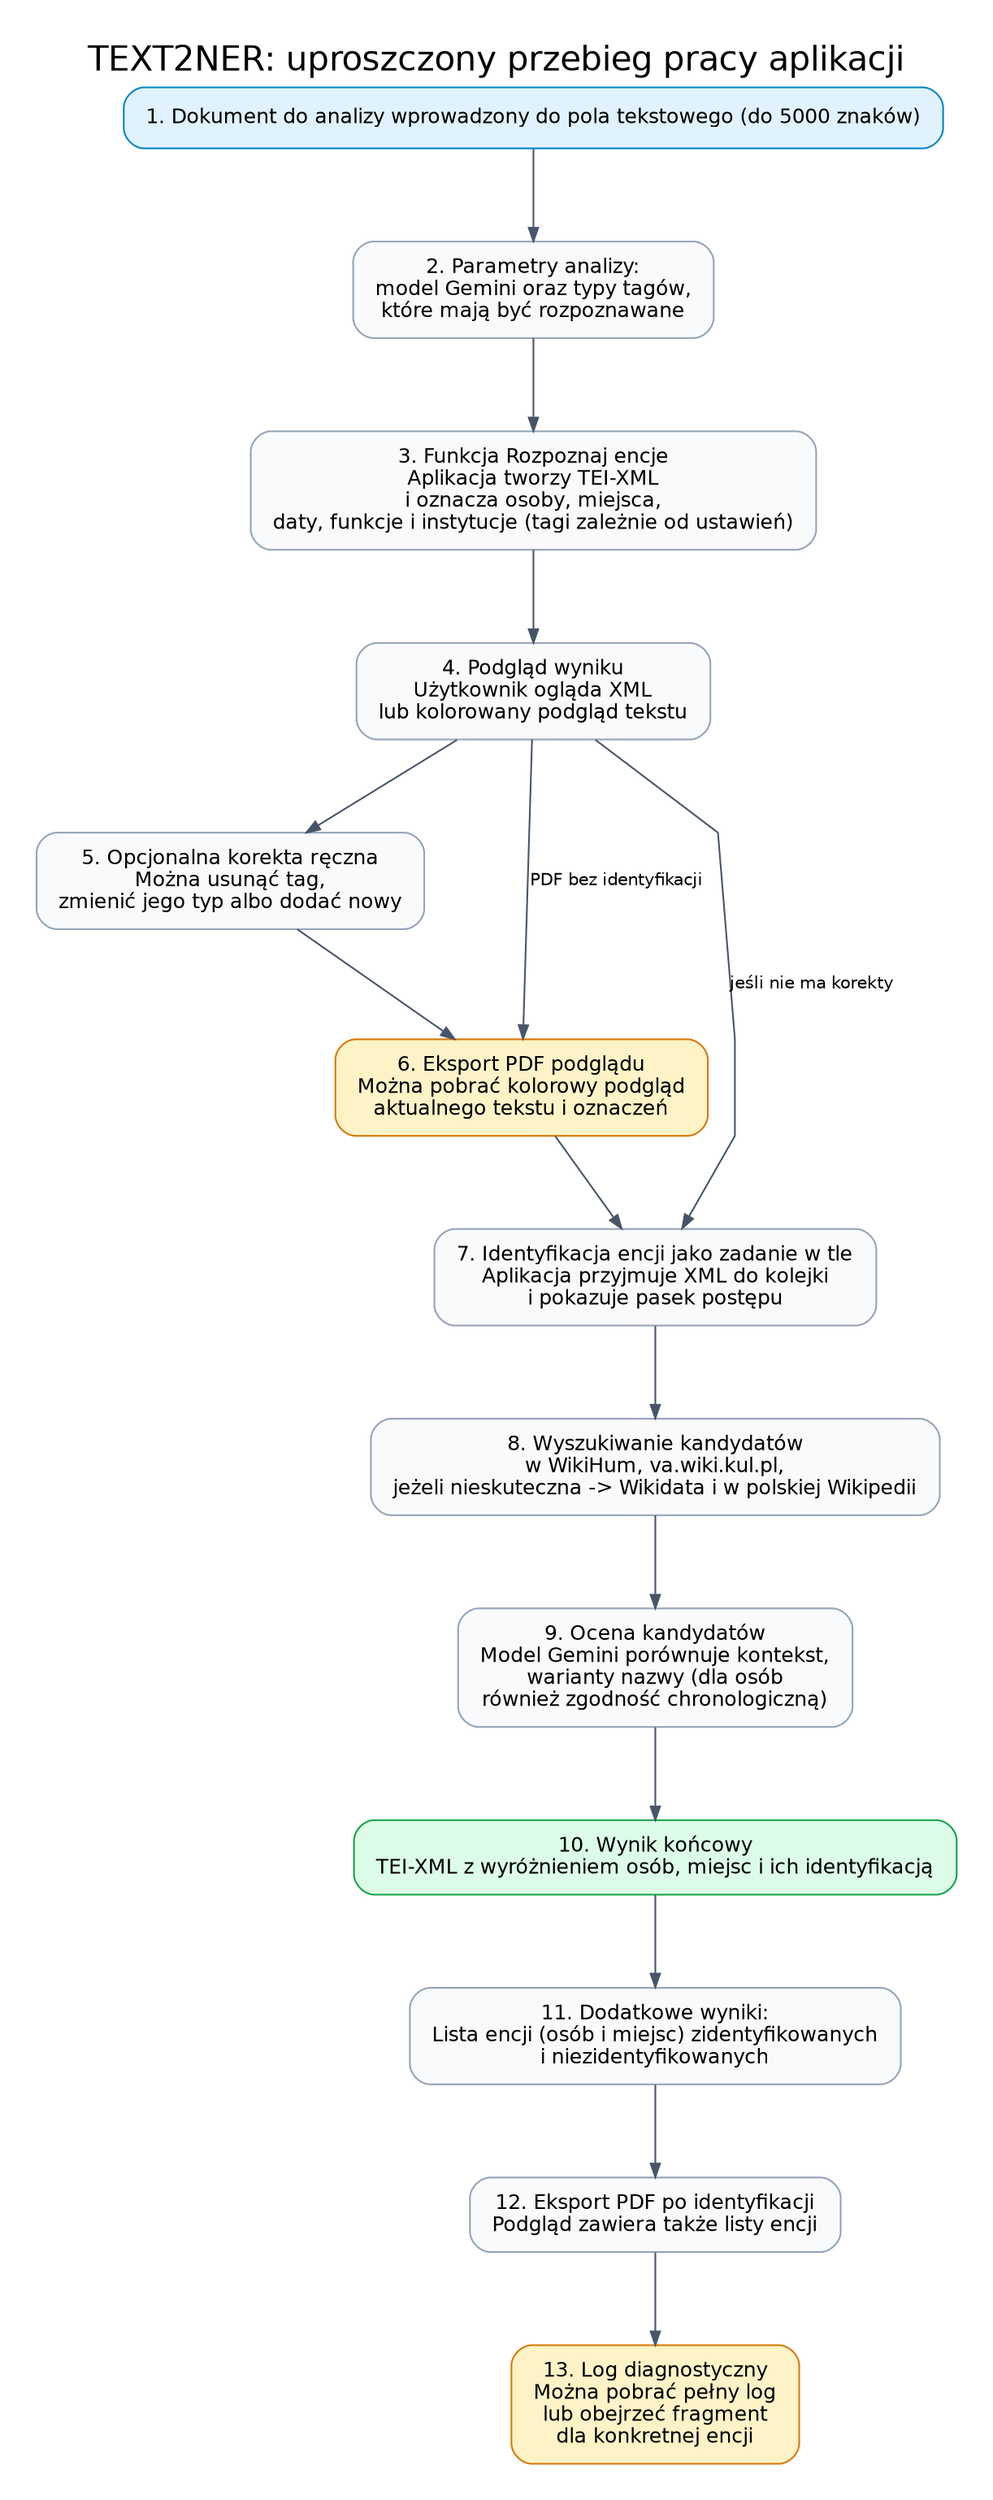
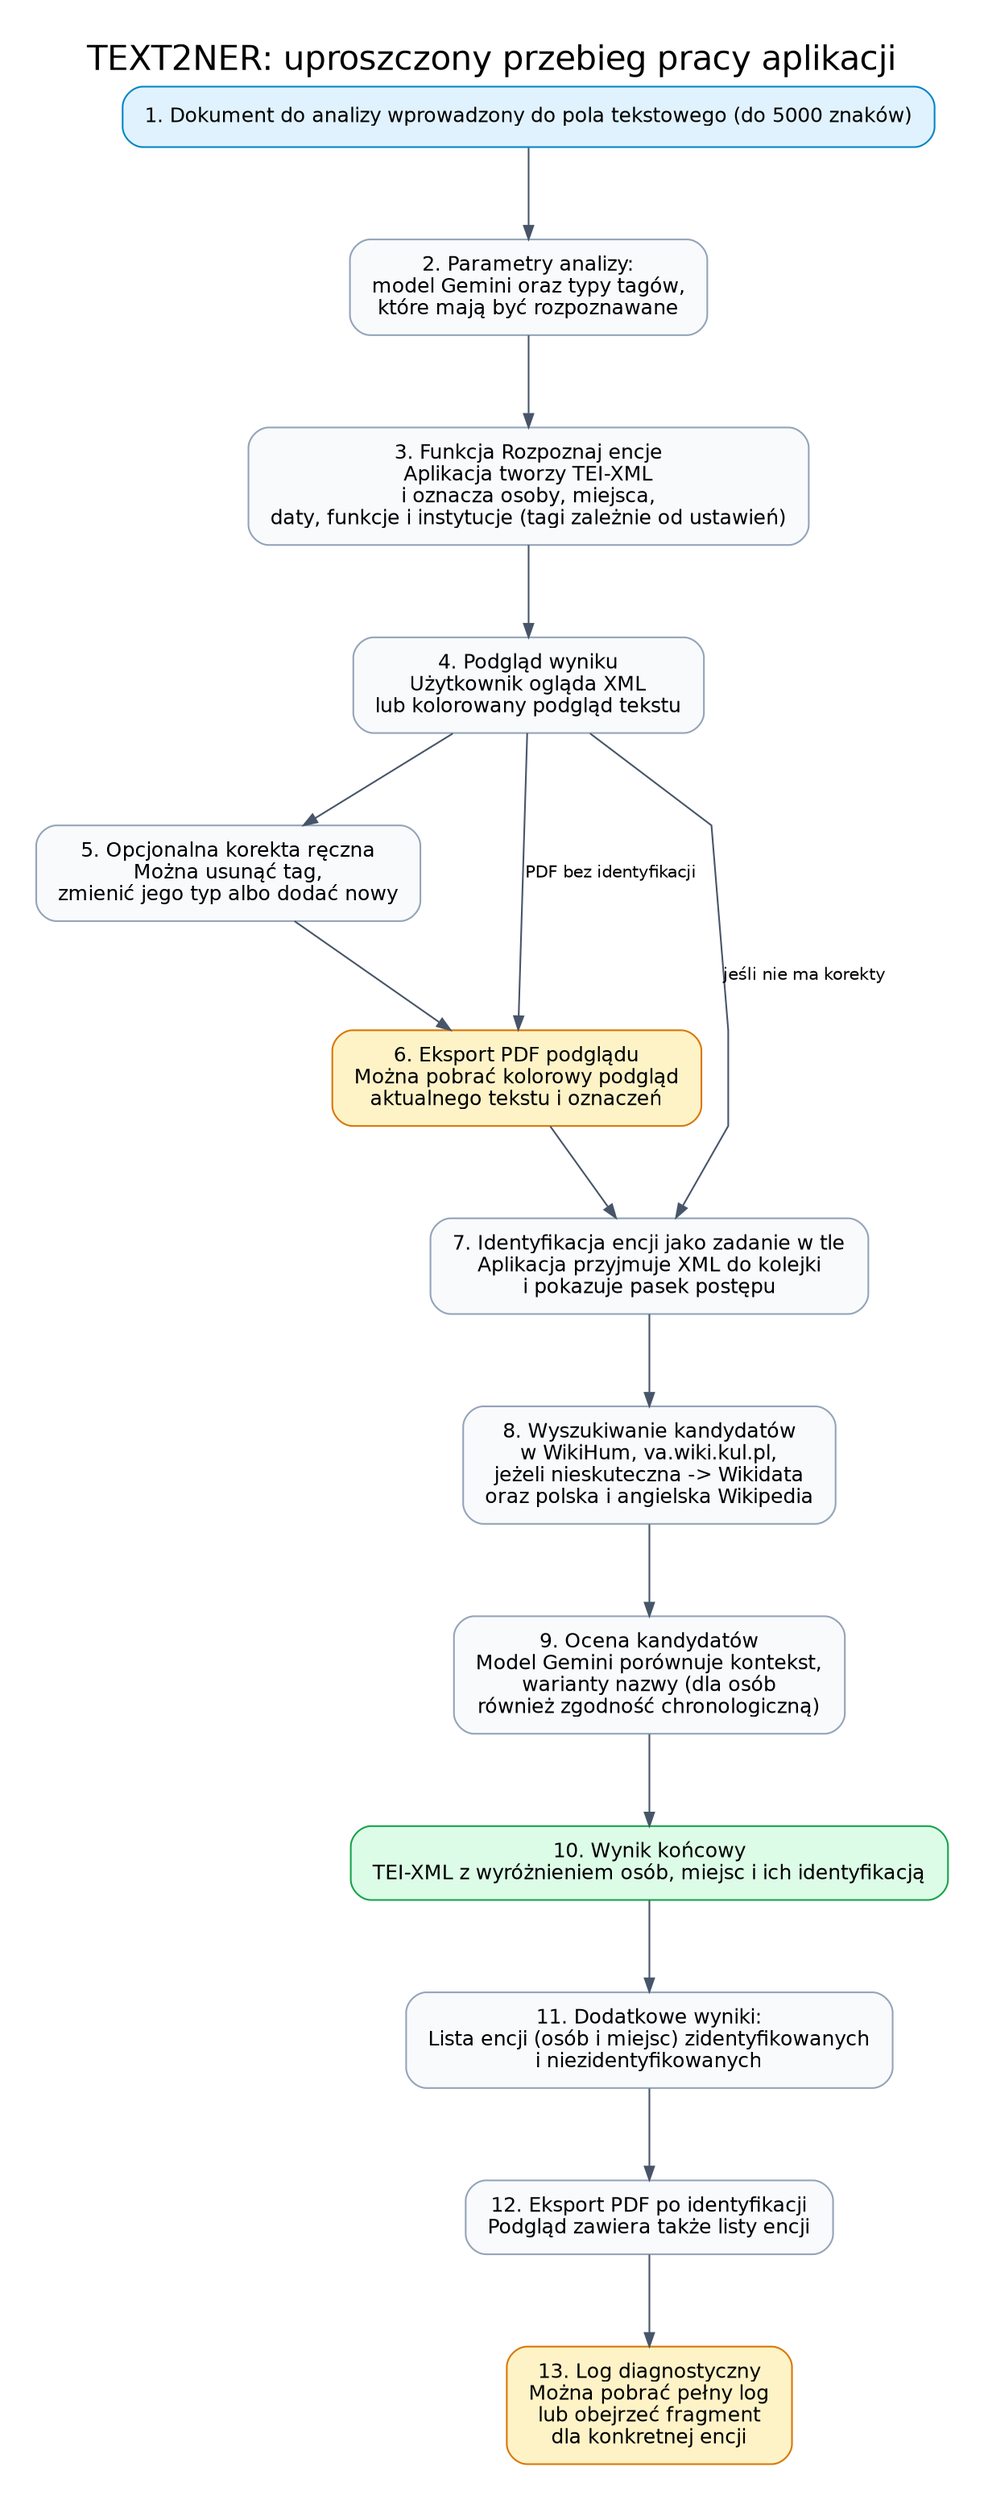
digraph text2ner_process_simple {
    graph [
        rankdir=TB,
        labelloc="t",
        label="TEXT2NER: uproszczony przebieg pracy aplikacji",
        fontsize=20,
        fontname="Helvetica",
        pad=0.3,
        nodesep=0.45,
        ranksep=0.75,
        splines=polyline,
        bgcolor="white"
    ];

    node [
        shape=box,
        style="rounded,filled",
        fillcolor="#F8FAFC",
        color="#94A3B8",
        fontname="Helvetica",
        fontsize=12,
        margin="0.18,0.12"
    ];

    edge [
        color="#475569",
        arrowsize=0.8,
        fontname="Helvetica",
        fontsize=10
    ];

    start [label="1. Dokument do analizy wprowadzony do pola tekstowego (do 5000 znaków)", fillcolor="#E0F2FE", color="#0284C7"];
    settings [label="2. Parametry analizy:\nmodel Gemini oraz typy tagów,\nktóre mają być rozpoznawane"];
    recognize [label="3. Funkcja Rozpoznaj encje\nAplikacja tworzy TEI-XML\ni oznacza osoby, miejsca,\ndaty, funkcje i instytucje (tagi zależnie od ustawień)"];
    preview [label="4. Podgląd wyniku\nUżytkownik ogląda XML\nlub kolorowany podgląd tekstu"];
    manual [label="5. Opcjonalna korekta ręczna\nMożna usunąć tag,\nzmienić jego typ albo dodać nowy"];
    pdf_before [label="6. Eksport PDF podglądu\nMożna pobrać kolorowy podgląd\naktualnego tekstu i oznaczeń", fillcolor="#FEF3C7", color="#D97706"];
    identify [label="7. Identyfikacja encji jako zadanie w tle\nAplikacja przyjmuje XML do kolejki\ni pokazuje pasek postępu"];
-     sources [label="8. Wyszukiwanie kandydatów\nw WikiHum, va.wiki.kul.pl,\njeżeli nieskuteczna -> Wikidata i w polskiej Wikipedii"];
+     sources [label="8. Wyszukiwanie kandydatów\nw WikiHum, va.wiki.kul.pl,\njeżeli nieskuteczna -> Wikidata\noraz polska i angielska Wikipedia"];
    decision [label="9. Ocena kandydatów\nModel Gemini porównuje kontekst,\nwarianty nazwy (dla osób\nrównież zgodność chronologiczną)"];
    result [label="10. Wynik końcowy\nTEI-XML z wyróżnieniem osób, miejsc i ich identyfikacją", fillcolor="#DCFCE7", color="#16A34A"];
    lists [label="11. Dodatkowe wyniki:\nLista encji (osób i miejsc) zidentyfikowanych\ni niezidentyfikowanych"];
    pdf_after [label="12. Eksport PDF po identyfikacji\nPodgląd zawiera także listy encji"];
    log [label="13. Log diagnostyczny\nMożna pobrać pełny log\nlub obejrzeć fragment\ndla konkretnej encji", fillcolor="#FEF3C7", color="#D97706"];

    start -> settings -> recognize -> preview -> manual -> pdf_before -> identify -> sources -> decision -> result -> lists -> pdf_after -> log;
    preview -> identify [label="jeśli nie ma korekty"];
    preview -> pdf_before [label="PDF bez identyfikacji"];
}
